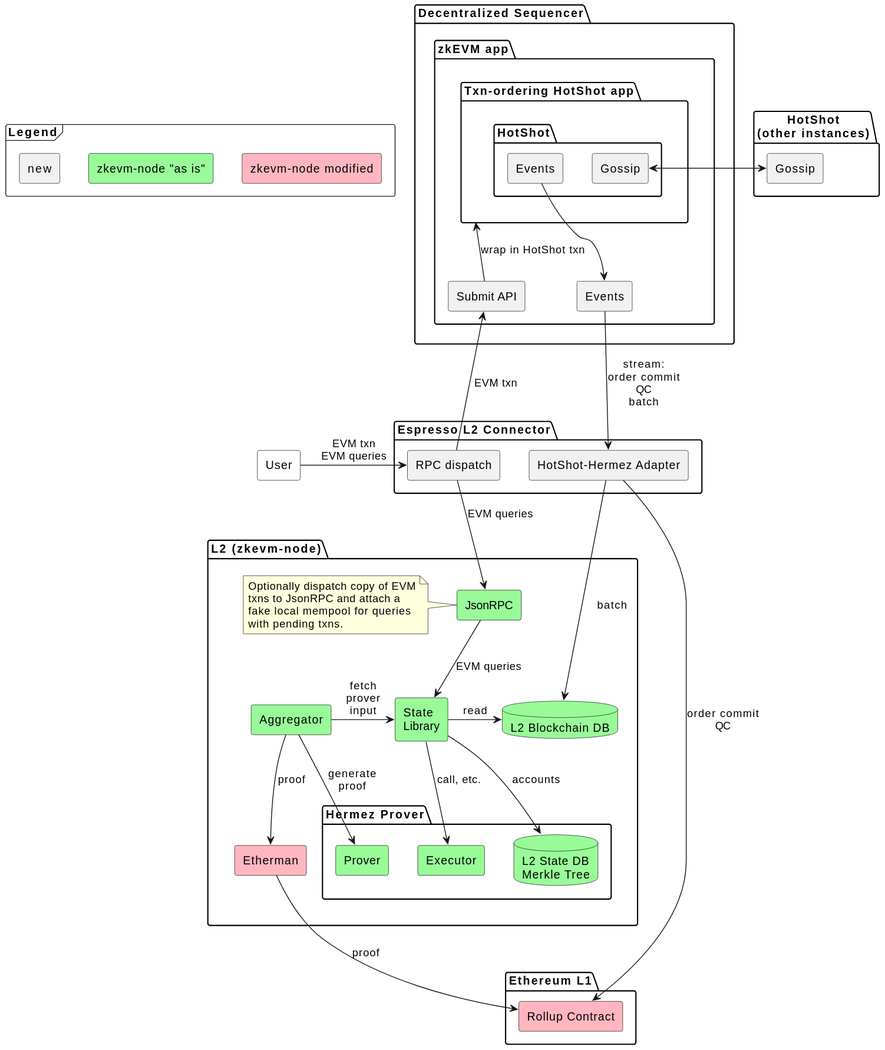
Above: doc/architecture.svg in EspressoSystems/espresso-sequencer (PlantUML), before the change.
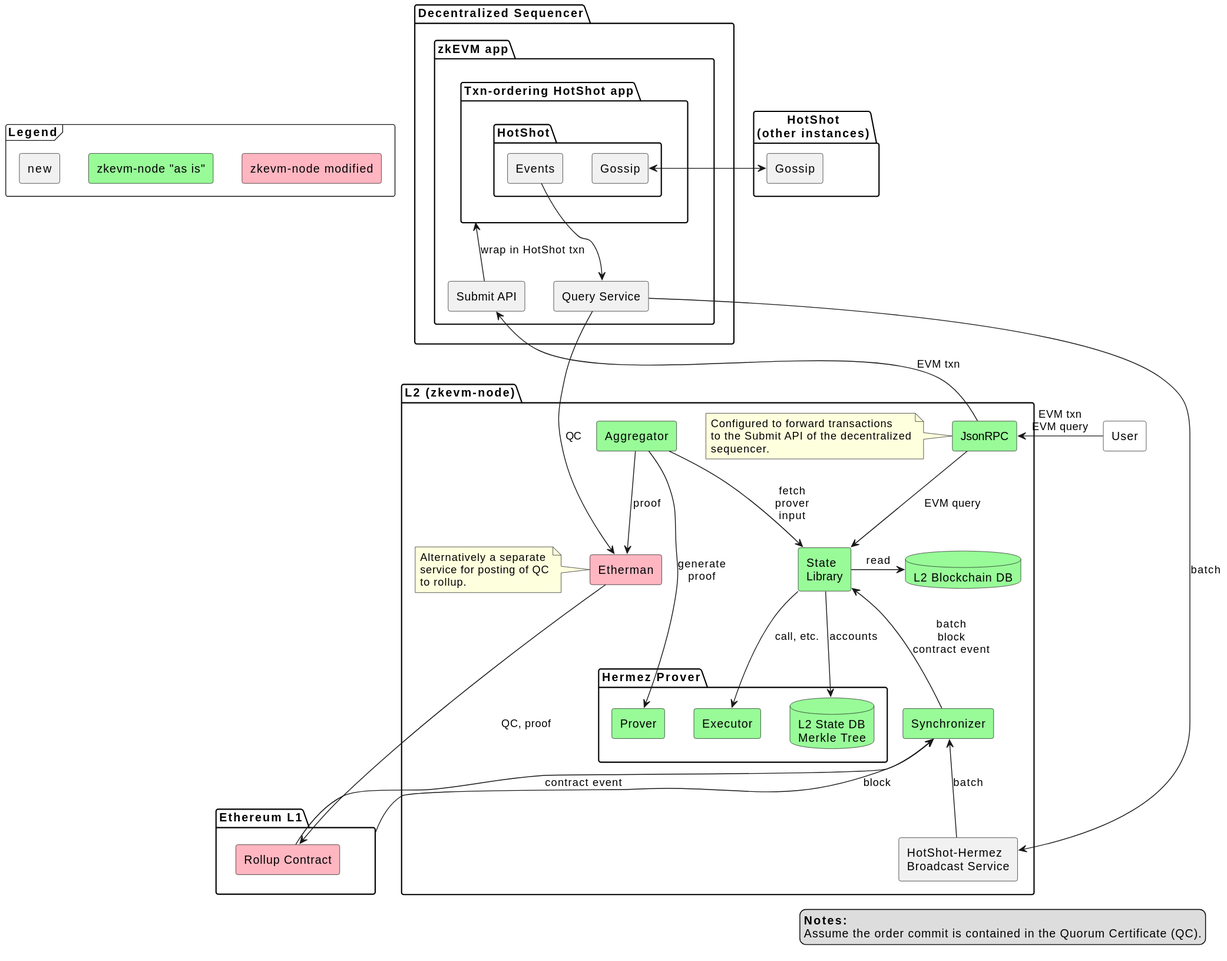
Later version of the same file.

Commit message:
Use broadcast service to pull batches into node (#113)

* Use broadcast service to pull batches into node

- Add Broadcast Service implementation.
- Add "Query Service".
- Remove the HotShot-Hermez adapter.

* Remove leftover "Events" component

* Add back QC, remove "commit" to declutter

The edit, as a diff of the source:
```diff
@@ -1,5 +1,10 @@
 @startuml
 skinparam componentStyle rectangle
+
+legend right
+  <b>Notes:</b>
+  Assume the order commit is contained in the Quorum Certificate (QC).
+endlegend
 
 frame Legend {
   component "zkevm-node "as is"" as Original #PaleGreen
@@ -17,7 +22,7 @@
 
 package "Decentralized Sequencer" {
   package "zkEVM app" as zkApp {
-    component Events
+    component "Query Service" as QueryService
     component "Submit API" as Submit
     package "Txn-ordering HotShot app" as App {
       package HotShot {
@@ -29,11 +34,6 @@
 }
 
 
-package "Espresso L2 Connector" as Connector {
-  component "HotShot-Hermez Adapter" as Adapter
-  component "RPC dispatch" as Dispatch
-}
-
 package "Ethereum L1" as L1 {
   component "Rollup Contract" as Rollup #LightPink
 }
@@ -42,10 +42,9 @@
 package "L2 (zkevm-node)" as L2 {
   component JsonRPC #PaleGreen
   note left of JsonRPC
-    Optionally dispatch copy of EVM
-    txns to JsonRPC and attach a
-    fake local mempool for queries
-    with pending txns.
+    Configured to forward transactions
+    to the Submit API of the decentralized
+    sequencer.
   end note
   database L2DB #PaleGreen [
     L2 Blockchain DB
@@ -59,35 +58,42 @@
     ]
   }
   component Etherman #LightPink
+  note left of Etherman
+    Alternatively a separate
+    service for posting of QC
+    to rollup.
+  end note
   component Aggregator #PaleGreen
   component "State\nLibrary" as State #PaleGreen
+  component "HotShot-Hermez\nBroadcast Service" as Broadcast
+  component Synchronizer #PaleGreen
 }
 
-User -> Dispatch: EVM txn\nEVM queries
-User -[hidden]> L2
+User -> JsonRPC: EVM txn\nEVM query
 
-Dispatch --> JsonRPC: EVM queries
-Dispatch -up-> Submit: EVM txn
+JsonRPC -up-> Submit: EVM txn
 
 GossipInternal <-> GossipExternal
 
-Events --> Adapter: stream:\norder commit\nQC\nbatch
+QueryService --> Broadcast: batch
+QueryService -> Etherman: QC
 
-Adapter -> L2DB: batch
-Adapter -> Rollup: order commit\nQC
 
-JsonRPC --> State: EVM queries
+JsonRPC --> State: EVM query
 
 State -> L2DB: read
 State --> Tree: accounts
 State --> Executor: call, etc.
 
-Aggregator -> State: fetch\nprover\ninput
+Aggregator --> State: fetch\nprover\ninput
 Aggregator --> Etherman: proof
-Aggregator -> Prover: generate\nproof
-Etherman --> Rollup: proof
+Aggregator --> Prover: generate\nproof
+Etherman --> Rollup: QC, proof
+Synchronizer <-- Rollup: contract event
+Synchronizer <-- L1: block
+Synchronizer <-- Broadcast: batch
+State <-- Synchronizer: batch\nblock\ncontract event
 
 Submit -up-> App: wrap in HotShot txn
-HotShotEvents -down-> Events
-
+HotShotEvents -down-> QueryService
 @enduml
```
